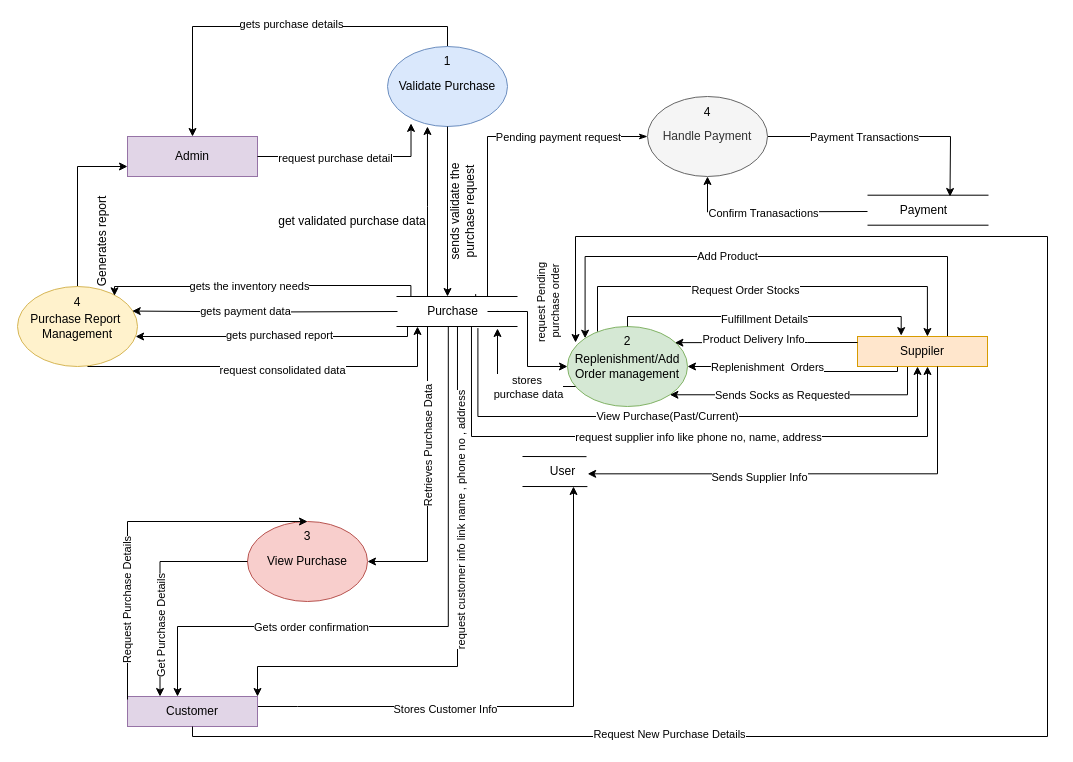
pawal-karki/DRAW.IO keeps this draw.io diagram as Payment level 1.drawio. Above is the earlier version. Source tidied: cells renumbered, new cells numbered last; positions are measured from the earlier drawing's top-left corner, leaving out a move shared by most shapes. Both pictures are drawn from the tidied source at 100%, with x=0, y=0 at pixel (-3, 46).
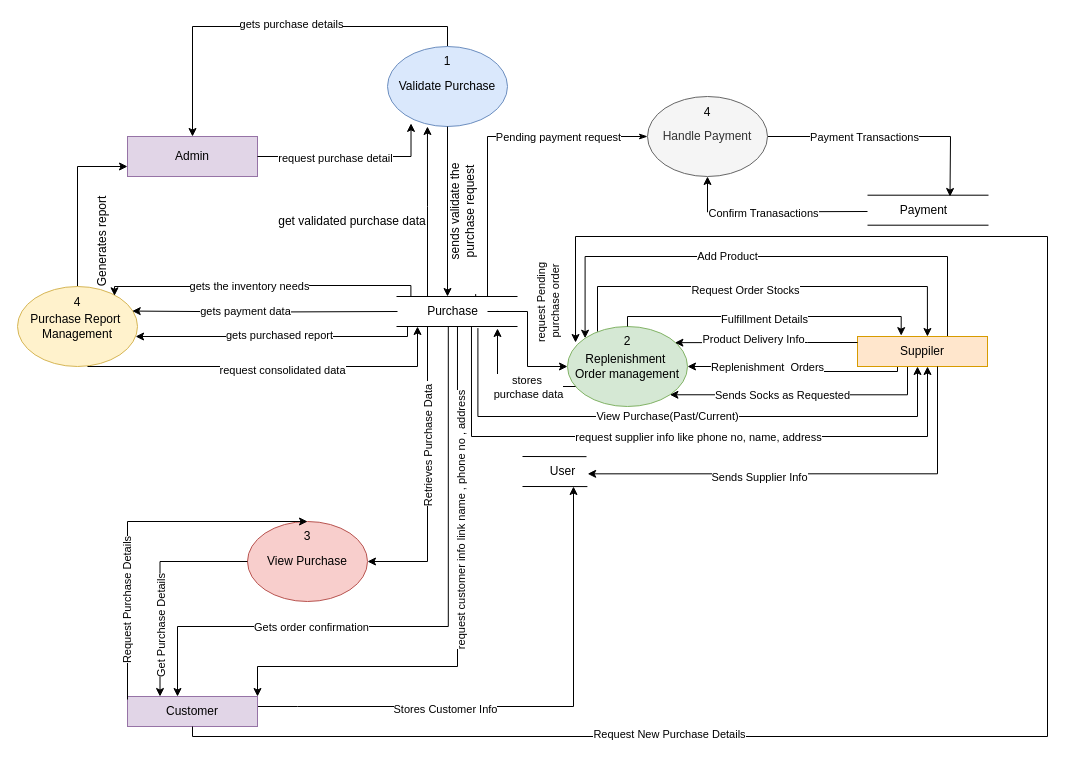
The same diagram, later.

What changed in the source:
```diff
@@
-    <mxCell id="42" value="Replenishment/Add&lt;div&gt;&lt;span style=&quot;background-color: initial;&quot;&gt;Order management&lt;/span&gt;&lt;/div&gt;" style="ellipse;whiteSpace=wrap;html=1;fillColor=#d5e8d4;strokeColor=#82b366;" parent="1" vertex="1">
+    <mxCell id="42" value="Replenishment&amp;nbsp;&lt;div&gt;&lt;span style=&quot;background-color: initial;&quot;&gt;Order management&lt;/span&gt;&lt;/div&gt;" style="ellipse;whiteSpace=wrap;html=1;fillColor=#d5e8d4;strokeColor=#82b366;" parent="1" vertex="1">
       <mxGeometry x="570" y="280" width="120" height="80" as="geometry" />
     </mxCell>
```
